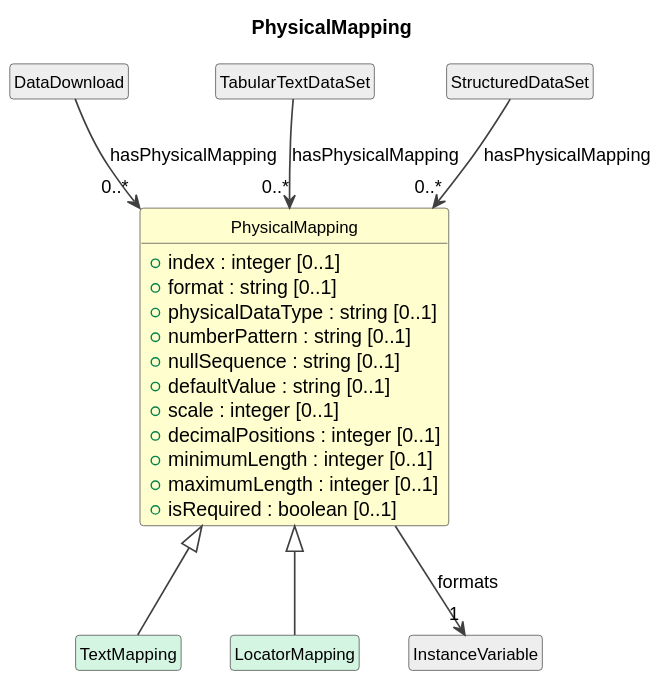
This is cdif-uml-model/_plantuml/cdifDataDescription/Classes/PhysicalMapping.svg from Cross-Domain-Interoperability-Framework/metadataBuildingBlocks, a PlantUML export, as it was before one commit. Its diagram source:
```plantuml
@startuml
title PhysicalMapping
hide circle
hide empty members
skinparam shadowing false
skinparam ArrowThickness 1.2
skinparam class {
  ArrowColor #404040
  BorderColor #404040
  FontSize 12
}

class "PhysicalMapping" as PhysicalMapping #FEFECE {
  +index : integer [0..1]
  +format : string [0..1]
  +physicalDataType : string [0..1]
  +numberPattern : string [0..1]
  +nullSequence : string [0..1]
  +defaultValue : string [0..1]
  +scale : integer [0..1]
  +decimalPositions : integer [0..1]
  +minimumLength : integer [0..1]
  +maximumLength : integer [0..1]
  +isRequired : boolean [0..1]
}
class "TextMapping" as TextMapping #D5F5E3
PhysicalMapping <|-- TextMapping
class "LocatorMapping" as LocatorMapping #D5F5E3
PhysicalMapping <|-- LocatorMapping
class "DataDownload" as DataDownload #EEEEEE
DataDownload --> "0..*" PhysicalMapping : hasPhysicalMapping
class "InstanceVariable" as InstanceVariable #EEEEEE
PhysicalMapping --> "1" InstanceVariable : formats
class "TabularTextDataSet" as TabularTextDataSet #EEEEEE
TabularTextDataSet --> "0..*" PhysicalMapping : hasPhysicalMapping
class "StructuredDataSet" as StructuredDataSet #EEEEEE
StructuredDataSet --> "0..*" PhysicalMapping : hasPhysicalMapping
@enduml
```
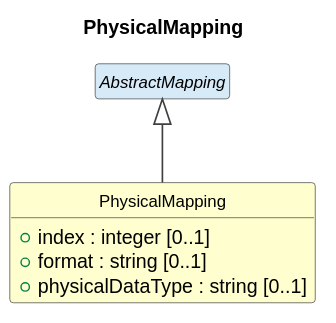
The same file after the commit.

Diff of the diagram source:
```diff
@@ -14,25 +14,7 @@
   +index : integer [0..1]
   +format : string [0..1]
   +physicalDataType : string [0..1]
-  +numberPattern : string [0..1]
-  +nullSequence : string [0..1]
-  +defaultValue : string [0..1]
-  +scale : integer [0..1]
-  +decimalPositions : integer [0..1]
-  +minimumLength : integer [0..1]
-  +maximumLength : integer [0..1]
-  +isRequired : boolean [0..1]
 }
-class "TextMapping" as TextMapping #D5F5E3
-PhysicalMapping <|-- TextMapping
-class "LocatorMapping" as LocatorMapping #D5F5E3
-PhysicalMapping <|-- LocatorMapping
-class "DataDownload" as DataDownload #EEEEEE
-DataDownload --> "0..*" PhysicalMapping : hasPhysicalMapping
-class "InstanceVariable" as InstanceVariable #EEEEEE
-PhysicalMapping --> "1" InstanceVariable : formats
-class "TabularTextDataSet" as TabularTextDataSet #EEEEEE
-TabularTextDataSet --> "0..*" PhysicalMapping : hasPhysicalMapping
-class "StructuredDataSet" as StructuredDataSet #EEEEEE
-StructuredDataSet --> "0..*" PhysicalMapping : hasPhysicalMapping
+abstract class "AbstractMapping" as AbstractMapping #D6EAF8
+AbstractMapping <|-- PhysicalMapping
 @enduml
```
